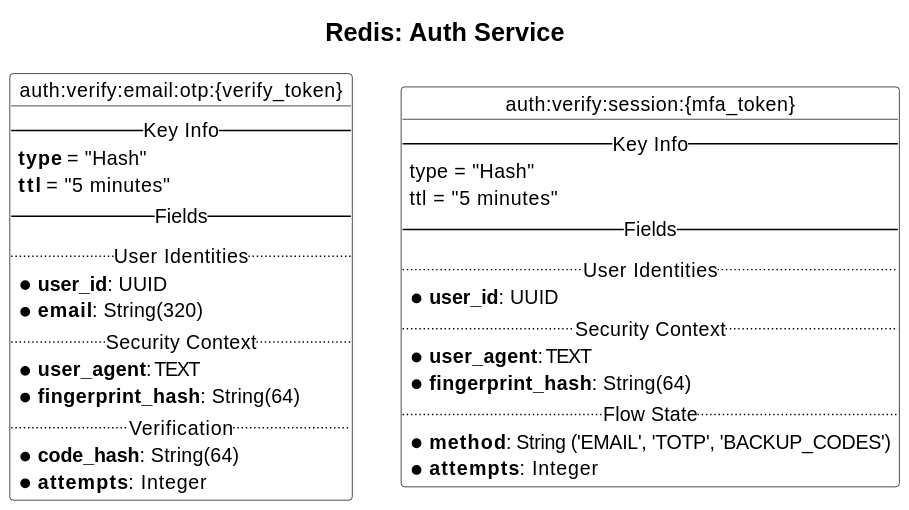
Before: docs/charts/redis/01-auth-service/chart.svg, a diagram exported from PlantUML (Mihyich/ShaderHub).
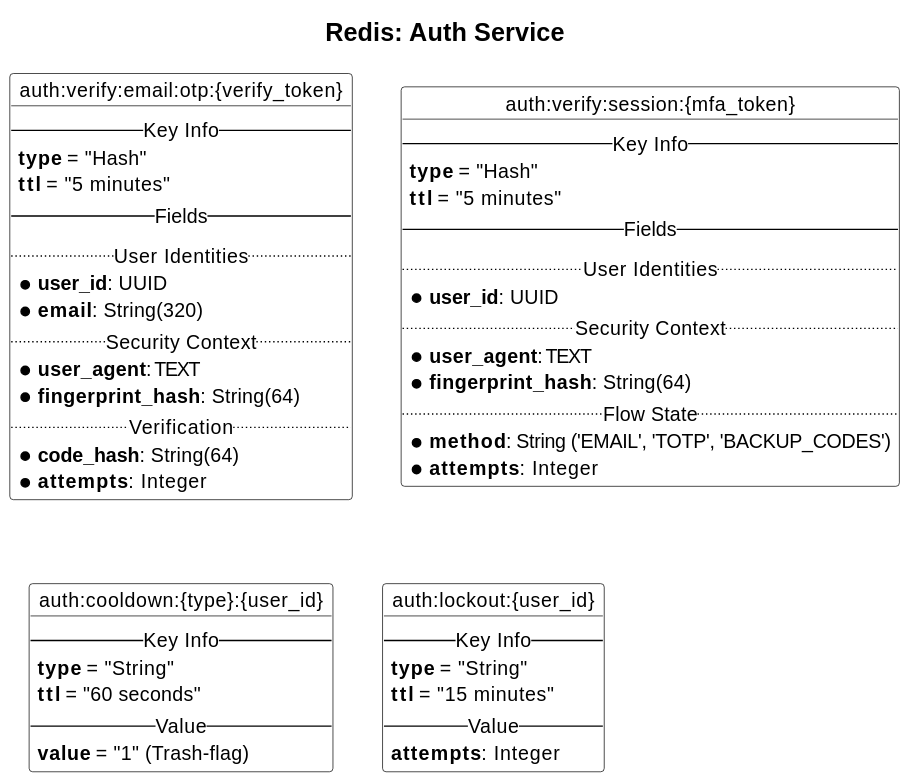
After the change.

Commit message:
Добавлена защита от спама и подбора

What changed in the source:
```diff
@@ -29,8 +29,8 @@
 
 object "auth:verify:session:{mfa_token}" as MFASession {
     -- Key Info --
-    type = "Hash"
-    ttl = "5 minutes"
+    **type** = "Hash"
+    **ttl** = "5 minutes"
     -- Fields --
     .. User Identities ..
     * **user_id**: UUID
@@ -41,4 +41,20 @@
     * **method**: String ('EMAIL', 'TOTP', 'BACKUP_CODES')
     * **attempts**: Integer
 }
+
+object "auth:cooldown:{type}:{user_id}" as Cooldown {
+    -- Key Info --
+    **type** = "String"
+    **ttl** = "60 seconds"
+    -- Value --
+    **value** = "1" (Trash-flag)
+}
+
+object "auth:lockout:{user_id}" as Lockout {
+    -- Key Info --
+    **type** = "String"
+    **ttl** = "15 minutes"
+    -- Value --
+    **attempts**: Integer
+}
 @enduml
```
